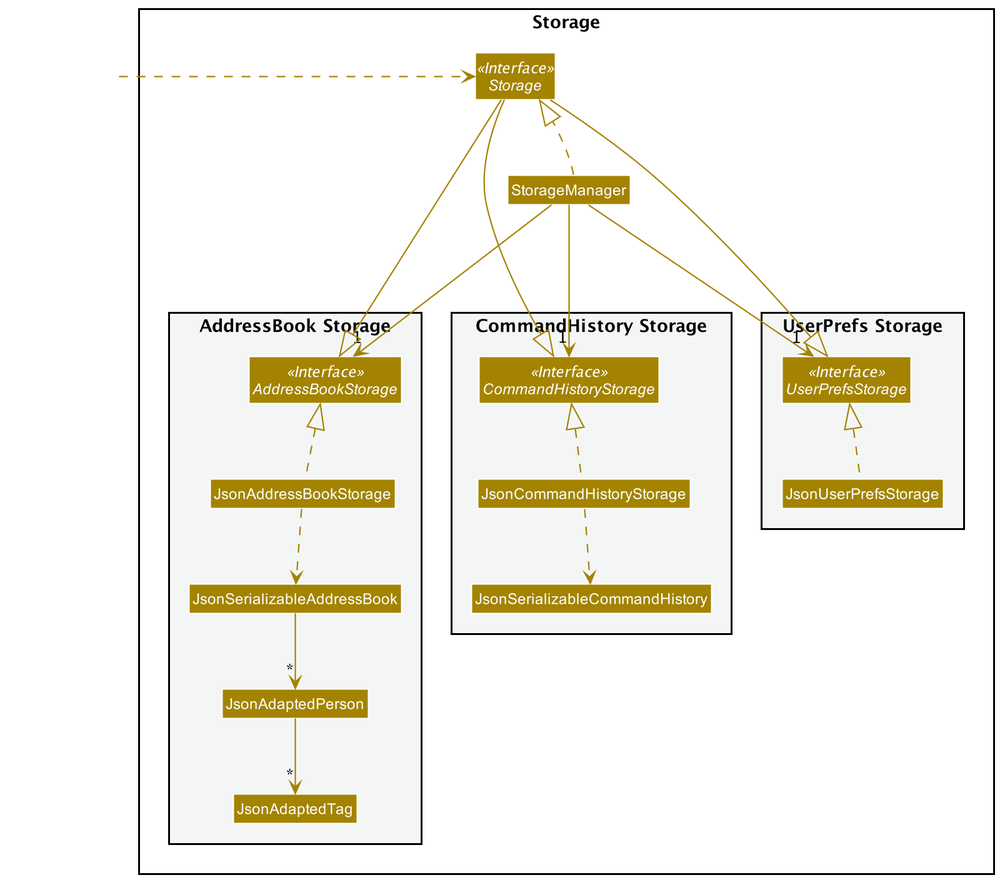
Above: docs/images/StorageClassDiagram.png in stanley-1/tp (PlantUML), before the change.
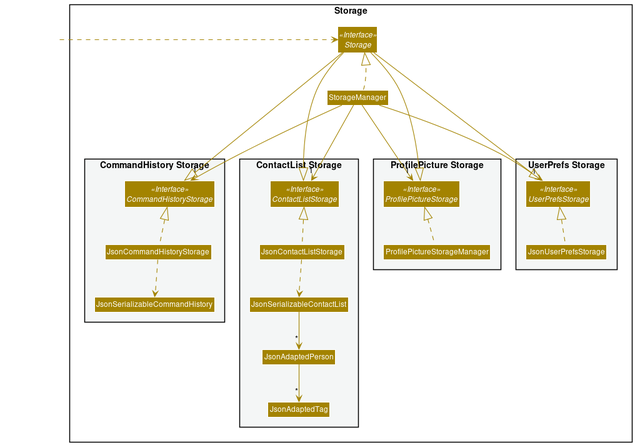
After the commit.

Diff of the diagram source:
```diff
@@ -9,10 +9,10 @@
 Interface Storage <<Interface>>
 Class StorageManager
 
-package "AddressBook Storage" #F4F6F6{
-Interface AddressBookStorage <<Interface>>
-Class JsonAddressBookStorage
-Class JsonSerializableAddressBook
+package "ContactList Storage" #F4F6F6{
+Interface ContactListStorage <<Interface>>
+Class JsonContactListStorage
+Class JsonSerializableContactList
 Class JsonAdaptedPerson
 Class JsonAdaptedTag
 }
@@ -27,6 +27,11 @@
 Interface UserPrefsStorage <<Interface>>
 Class JsonUserPrefsStorage
 }
+
+package "ProfilePicture Storage" #F4F6F6{
+Interface ProfilePictureStorage <<Interface>>
+Class ProfilePictureStorageManager
+}
 }
 
 
@@ -35,9 +40,9 @@
 StorageManager ..|> Storage
 StorageManager .[hidden]up.> Storage
 
-JsonAddressBookStorage .up.|> AddressBookStorage
-JsonAddressBookStorage .down.> JsonSerializableAddressBook
-JsonSerializableAddressBook -down-> "*" JsonAdaptedPerson
+JsonContactListStorage .up.|> ContactListStorage
+JsonContactListStorage .down.> JsonSerializableContactList
+JsonSerializableContactList -down-> "*" JsonAdaptedPerson
 JsonAdaptedPerson -down-> "*" JsonAdaptedTag
 
 JsonUserPrefsStorage .up.|> UserPrefsStorage
@@ -45,13 +50,17 @@
 JsonCommandHistoryStorage .up.|> CommandHistoryStorage
 JsonCommandHistoryStorage .down.> JsonSerializableCommandHistory
 
+ProfilePictureStorageManager .up.|> ProfilePictureStorage
+
 StorageManager ---> "1" UserPrefsStorage
-StorageManager ---> "1" AddressBookStorage
+StorageManager ---> "1" ContactListStorage
 StorageManager ---> "1" CommandHistoryStorage
+StorageManager ---> "1" ProfilePictureStorage
 
 Storage ----|> UserPrefsStorage
-Storage ----|> AddressBookStorage
+Storage ----|> ContactListStorage
 Storage ----|> CommandHistoryStorage
+Storage ----|> ProfilePictureStorage
 
 
 
```
